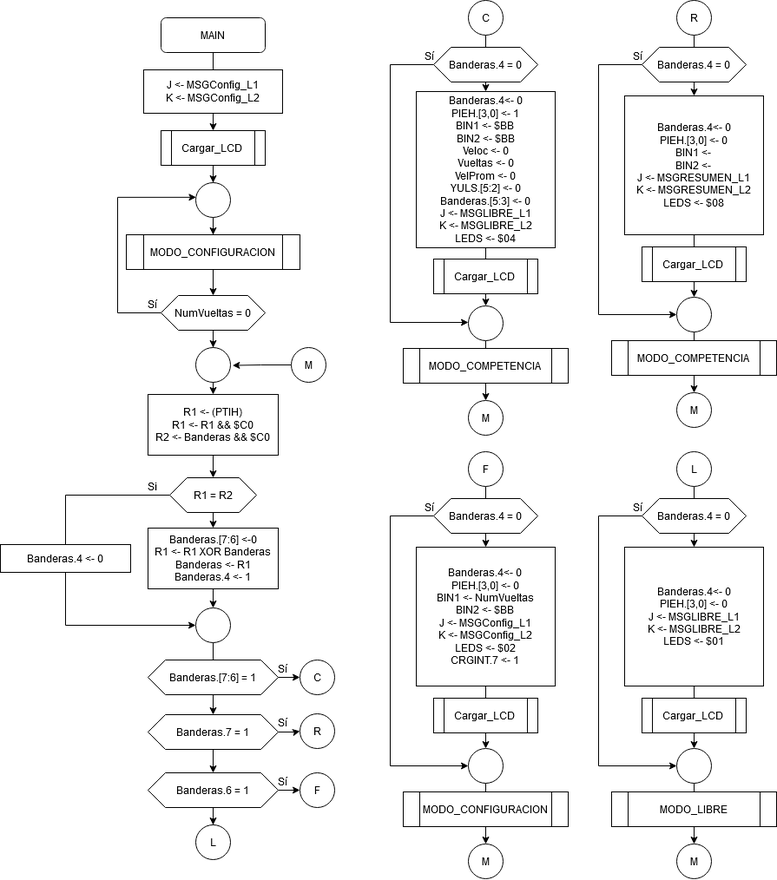
Above: PF/MAIN.png in robz25/Microprocesadores (draw.io), before the change. Source tidied: cells renumbered, new cells last; positions are measured from the earlier drawing's top-left corner, leaving out a move shared by most shapes.
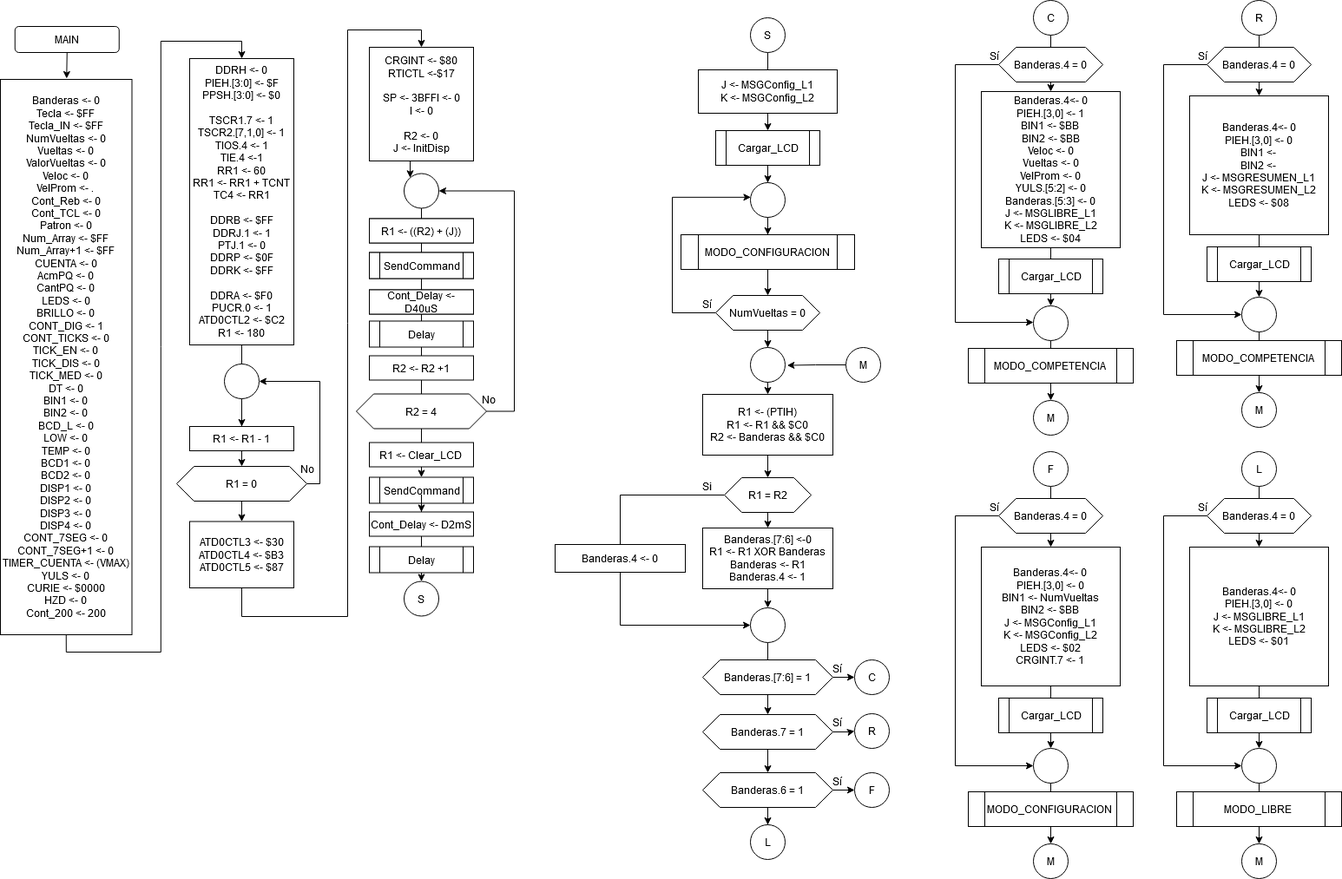
After the commit.

Change to the diagram source:
```diff
@@ -4,8 +4,7 @@
     <mxCell id="1" parent="0" />
-    <mxCell id="2" style="edgeStyle=orthogonalEdgeStyle;rounded=0;jettySize=auto;html=1;" parent="1" edge="1" source="3" target="12">
-      <mxGeometry relative="1" as="geometry" />
+    <mxCell id="2" style="edgeStyle=orthogonalEdgeStyle;rounded=0;jettySize=auto;html=1;" parent="1" edge="1" target="12">
+      <mxGeometry relative="1" as="geometry">
+        <mxPoint x="233" y="60" as="sourcePoint" />
+      </mxGeometry>
     </mxCell>
-    <mxCell id="3" value="MAIN" style="rounded=1;whiteSpace=wrap;html=1;fontSize=12;glass=0;strokeWidth=1;shadow=0;" parent="1" vertex="1">
-      <mxGeometry x="185" y="20" width="120" height="40" as="geometry" />
-    </mxCell>
     <mxCell id="4" style="edgeStyle=orthogonalEdgeStyle;rounded=0;jettySize=auto;html=1;" parent="1" edge="1" source="5" target="8">
@@ -34,3 +33,3 @@
     <mxCell id="10" value="&lt;div&gt;J &amp;lt;- MSGConfig_L1&lt;/div&gt;&lt;div&gt;K &amp;lt;- MSGConfig_L2&lt;/div&gt;" style="rounded=0;whiteSpace=wrap;html=1;" parent="1" vertex="1">
-      <mxGeometry x="165" y="80" width="160" height="50" as="geometry" />
+      <mxGeometry x="153" y="80" width="160" height="50" as="geometry" />
     </mxCell>
@@ -40,3 +39,3 @@
     <mxCell id="12" value="Cargar_LCD" style="shape=process;whiteSpace=wrap;html=1;backgroundOutline=1;" parent="1" vertex="1">
-      <mxGeometry x="185" y="150" width="120" height="40" as="geometry" />
+      <mxGeometry x="173" y="150" width="120" height="40" as="geometry" />
     </mxCell>
@@ -46,3 +45,3 @@
     <mxCell id="14" value="MODO_CONFIGURACION" style="shape=process;whiteSpace=wrap;html=1;backgroundOutline=1;" parent="1" vertex="1">
-      <mxGeometry x="145" y="270" width="200" height="40" as="geometry" />
+      <mxGeometry x="133" y="270" width="200" height="40" as="geometry" />
     </mxCell>
@@ -52,3 +51,3 @@
     <mxCell id="16" style="ellipse;whiteSpace=wrap;html=1;" parent="1" vertex="1">
-      <mxGeometry x="225" y="210" width="40" height="40" as="geometry" />
+      <mxGeometry x="213" y="210" width="40" height="40" as="geometry" />
     </mxCell>
@@ -57,4 +56,4 @@
         <Array as="points">
-          <mxPoint x="135" y="360" />
-          <mxPoint x="135" y="227" />
+          <mxPoint x="123" y="360" />
+          <mxPoint x="123" y="227" />
         </Array>
@@ -66,9 +65,9 @@
     <mxCell id="19" value="NumVueltas = 0" style="shape=hexagon;perimeter=hexagonPerimeter2;whiteSpace=wrap;html=1;fixedSize=1;" parent="1" vertex="1">
-      <mxGeometry x="185" y="340" width="120" height="40" as="geometry" />
+      <mxGeometry x="173" y="340" width="120" height="40" as="geometry" />
     </mxCell>
     <mxCell id="20" value="Sí" style="text;html=1;align=center;verticalAlign=middle;" parent="1" vertex="1">
-      <mxGeometry x="160" y="340" width="30" height="20" as="geometry" />
+      <mxGeometry x="148" y="340" width="30" height="20" as="geometry" />
     </mxCell>
     <mxCell id="21" style="ellipse;whiteSpace=wrap;html=1;" parent="1" vertex="1">
-      <mxGeometry x="225" y="400" width="40" height="40" as="geometry" />
+      <mxGeometry x="213" y="400" width="40" height="40" as="geometry" />
     </mxCell>
@@ -76,3 +75,3 @@
       <mxGeometry relative="1" as="geometry">
-        <mxPoint x="245" y="440" as="sourcePoint" />
+        <mxPoint x="233" y="440" as="sourcePoint" />
       </mxGeometry>
@@ -85,4 +84,4 @@
         <Array as="points">
-          <mxPoint x="75" y="570" />
-          <mxPoint x="75" y="720" />
+          <mxPoint x="63" y="570" />
+          <mxPoint x="63" y="720" />
         </Array>
@@ -91,3 +90,3 @@
     <mxCell id="25" value="R1 = R2" style="shape=hexagon;perimeter=hexagonPerimeter2;whiteSpace=wrap;html=1;fixedSize=1;" parent="1" vertex="1">
-      <mxGeometry x="195" y="550" width="100" height="40" as="geometry" />
+      <mxGeometry x="183" y="550" width="100" height="40" as="geometry" />
     </mxCell>
@@ -97,3 +96,3 @@
     <mxCell id="27" value="&lt;div&gt;R1 &amp;lt;- (PTIH)&lt;br&gt;&lt;/div&gt;&lt;div&gt;R1 &amp;lt;- R1 &amp;amp;&amp;amp; $C0&lt;/div&gt;R2 &amp;lt;- Banderas &amp;amp;&amp;amp; $C0" style="rounded=0;whiteSpace=wrap;html=1;" parent="1" vertex="1">
-      <mxGeometry x="170" y="454" width="150" height="70" as="geometry" />
+      <mxGeometry x="158" y="454" width="150" height="70" as="geometry" />
     </mxCell>
@@ -103,3 +102,3 @@
     <mxCell id="29" value="&lt;div&gt;Banderas.[7:6] &amp;lt;-0&lt;/div&gt;&lt;div&gt;R1 &amp;lt;- R1 XOR Banderas&lt;/div&gt;&lt;div&gt;Banderas &amp;lt;- R1&lt;/div&gt;&lt;div&gt;Banderas.4 &amp;lt;- 1&lt;br&gt;&lt;/div&gt;" style="rounded=0;whiteSpace=wrap;html=1;" parent="1" vertex="1">
-      <mxGeometry x="170" y="608" width="150" height="70" as="geometry" />
+      <mxGeometry x="158" y="608" width="150" height="70" as="geometry" />
     </mxCell>
@@ -109,9 +108,9 @@
     <mxCell id="31" style="ellipse;whiteSpace=wrap;html=1;" parent="1" vertex="1">
-      <mxGeometry x="225" y="700" width="40" height="40" as="geometry" />
+      <mxGeometry x="213" y="700" width="40" height="40" as="geometry" />
     </mxCell>
     <mxCell id="32" value="Si" style="text;html=1;align=center;verticalAlign=middle;" parent="1" vertex="1">
-      <mxGeometry x="160" y="550" width="30" height="20" as="geometry" />
+      <mxGeometry x="148" y="550" width="30" height="20" as="geometry" />
     </mxCell>
     <mxCell id="33" value="Banderas.4 &amp;lt;- 0" style="rounded=0;whiteSpace=wrap;html=1;" parent="1" vertex="1">
-      <mxGeometry y="627" width="150" height="32" as="geometry" />
+      <mxGeometry x="-12" y="627" width="150" height="32" as="geometry" />
     </mxCell>
@@ -121,3 +120,3 @@
     <mxCell id="35" value="Banderas.[7:6] = 1" style="shape=hexagon;perimeter=hexagonPerimeter2;whiteSpace=wrap;html=1;fixedSize=1;" parent="1" vertex="1">
-      <mxGeometry x="170" y="760" width="150" height="40" as="geometry" />
+      <mxGeometry x="158" y="760" width="150" height="40" as="geometry" />
     </mxCell>
@@ -130,9 +129,9 @@
     <mxCell id="38" value="Banderas.7 = 1" style="shape=hexagon;perimeter=hexagonPerimeter2;whiteSpace=wrap;html=1;fixedSize=1;" parent="1" vertex="1">
-      <mxGeometry x="170" y="823" width="150" height="40" as="geometry" />
+      <mxGeometry x="158" y="823" width="150" height="40" as="geometry" />
     </mxCell>
     <mxCell id="39" value="C" style="ellipse;whiteSpace=wrap;html=1;" parent="1" vertex="1">
-      <mxGeometry x="345" y="760" width="40" height="40" as="geometry" />
+      <mxGeometry x="333" y="760" width="40" height="40" as="geometry" />
     </mxCell>
     <mxCell id="40" value="R" style="ellipse;whiteSpace=wrap;html=1;" parent="1" vertex="1">
-      <mxGeometry x="345" y="822" width="40" height="40" as="geometry" />
+      <mxGeometry x="333" y="822" width="40" height="40" as="geometry" />
     </mxCell>
@@ -145,18 +144,18 @@
     <mxCell id="43" value="Banderas.6 = 1" style="shape=hexagon;perimeter=hexagonPerimeter2;whiteSpace=wrap;html=1;fixedSize=1;" parent="1" vertex="1">
-      <mxGeometry x="170" y="890" width="150" height="40" as="geometry" />
+      <mxGeometry x="158" y="890" width="150" height="40" as="geometry" />
     </mxCell>
     <mxCell id="44" value="F" style="ellipse;whiteSpace=wrap;html=1;" parent="1" vertex="1">
-      <mxGeometry x="345" y="890" width="40" height="40" as="geometry" />
+      <mxGeometry x="333" y="890" width="40" height="40" as="geometry" />
     </mxCell>
     <mxCell id="45" value="L" style="ellipse;whiteSpace=wrap;html=1;" parent="1" vertex="1">
-      <mxGeometry x="225" y="950" width="40" height="40" as="geometry" />
+      <mxGeometry x="213" y="950" width="40" height="40" as="geometry" />
     </mxCell>
     <mxCell id="46" value="Sí" style="text;html=1;align=center;verticalAlign=middle;" parent="1" vertex="1">
-      <mxGeometry x="310" y="890" width="30" height="20" as="geometry" />
+      <mxGeometry x="298" y="890" width="30" height="20" as="geometry" />
     </mxCell>
     <mxCell id="47" value="Sí" style="text;html=1;align=center;verticalAlign=middle;" parent="1" vertex="1">
-      <mxGeometry x="310" y="760" width="30" height="20" as="geometry" />
+      <mxGeometry x="298" y="760" width="30" height="20" as="geometry" />
     </mxCell>
     <mxCell id="48" value="Sí" style="text;html=1;align=center;verticalAlign=middle;" parent="1" vertex="1">
-      <mxGeometry x="310" y="822" width="30" height="20" as="geometry" />
+      <mxGeometry x="298" y="822" width="30" height="20" as="geometry" />
     </mxCell>
@@ -166,3 +165,3 @@
     <mxCell id="50" value="M" style="ellipse;whiteSpace=wrap;html=1;" parent="1" vertex="1">
-      <mxGeometry x="335" y="400" width="40" height="40" as="geometry" />
+      <mxGeometry x="323" y="400" width="40" height="40" as="geometry" />
     </mxCell>
@@ -309,2 +308,140 @@
     </mxCell>
+    <mxCell id="93" value="S" style="ellipse;whiteSpace=wrap;html=1;" parent="1" vertex="1">
+      <mxGeometry x="213" y="20" width="40" height="40" as="geometry" />
+    </mxCell>
+    <mxCell id="94" style="edgeStyle=orthogonalEdgeStyle;rounded=0;jettySize=auto;html=1;exitX=0.5;exitY=1;exitDx=0;exitDy=0;entryX=0.5;entryY=0;entryDx=0;entryDy=0;" parent="1" edge="1" source="3">
+      <mxGeometry relative="1" as="geometry">
+        <mxPoint x="-574.8" y="90" as="targetPoint" />
+      </mxGeometry>
+    </mxCell>
+    <mxCell id="3" value="MAIN" style="rounded=1;whiteSpace=wrap;html=1;" parent="1" vertex="1">
+      <mxGeometry x="-634.2" y="30" width="120" height="30" as="geometry" />
+    </mxCell>
+    <mxCell id="95" style="edgeStyle=orthogonalEdgeStyle;rounded=0;jettySize=auto;html=1;" parent="1" edge="1" source="120" target="96">
+      <mxGeometry relative="1" as="geometry" />
+    </mxCell>
+    <mxCell id="96" value="S" style="ellipse;whiteSpace=wrap;html=1;" parent="1" vertex="1">
+      <mxGeometry x="-186" y="669.5" width="40" height="40" as="geometry" />
+    </mxCell>
+    <mxCell id="97" style="edgeStyle=orthogonalEdgeStyle;rounded=0;jettySize=auto;html=1;" parent="1" edge="1" source="98" target="126">
+      <mxGeometry relative="1" as="geometry" />
+    </mxCell>
+    <mxCell id="98" value="&lt;div&gt;&lt;div&gt;DDRH &amp;lt;- 0&lt;/div&gt;&lt;div&gt;PIEH.[3:0] &amp;lt;- $F&lt;/div&gt;&lt;div&gt;PPSH.[3:0] &amp;lt;- $0&lt;/div&gt;&lt;div&gt;&lt;br&gt;&lt;/div&gt;&lt;div&gt;TSCR1.7 &amp;lt;- 1&lt;div&gt;TSCR2.[7,1,0] &amp;lt;- 1&lt;/div&gt;&lt;div&gt;TIOS.4 &amp;lt;- 1&lt;/div&gt;&lt;div&gt;TIE.4 &amp;lt;-1&lt;/div&gt;&lt;div&gt;RR1 &amp;lt;- 60&lt;/div&gt;&lt;div&gt;RR1 &amp;lt;- RR1 + TCNT&lt;/div&gt;&lt;div&gt;TC4 &amp;lt;- RR1&lt;/div&gt;&lt;div&gt;&lt;br&gt;&lt;/div&gt;&lt;/div&gt;&lt;/div&gt;&lt;div&gt;&lt;div&gt;DDRB &amp;lt;- $FF&lt;/div&gt;&lt;div&gt;DDRJ.1 &amp;lt;- 1&lt;/div&gt;&lt;div&gt;PTJ.1 &amp;lt;- 0&lt;/div&gt;&lt;div&gt;DDRP &amp;lt;- $0F&lt;/div&gt;&lt;/div&gt;&lt;div&gt;DDRK &amp;lt;- $FF&lt;/div&gt;&lt;br&gt;&lt;div&gt;DDRA &amp;lt;- $F0&lt;/div&gt;&lt;div&gt;PUCR.0 &amp;lt;- 1&lt;/div&gt;&lt;div&gt;ATD0CTL2 &amp;lt;- $C2&lt;/div&gt;&lt;div&gt;R1 &amp;lt;- 180&lt;br&gt;&lt;/div&gt;" style="rounded=0;whiteSpace=wrap;html=1;" parent="1" vertex="1">
+      <mxGeometry x="-433" y="67" width="120" height="330" as="geometry" />
+    </mxCell>
+    <mxCell id="99" style="edgeStyle=orthogonalEdgeStyle;rounded=0;jettySize=auto;html=1;exitX=0.5;exitY=1;exitDx=0;exitDy=0;entryX=0.5;entryY=0;entryDx=0;entryDy=0;" parent="1" edge="1" source="100" target="98">
+      <mxGeometry relative="1" as="geometry" />
+    </mxCell>
+    <mxCell id="100" value="&lt;div&gt;Banderas &amp;lt;- 0&lt;/div&gt;&lt;div&gt;Tecla &amp;lt;- $FF&lt;/div&gt;&lt;div&gt;Tecla_IN &amp;lt;- $FF&lt;/div&gt;&lt;div&gt;NumVueltas &amp;lt;- 0&lt;/div&gt;&lt;div&gt;Vueltas &amp;lt;- 0&lt;/div&gt;&lt;div&gt;ValorVueltas &amp;lt;- 0&lt;/div&gt;&lt;div&gt;Veloc &amp;lt;- 0&lt;/div&gt;&lt;div&gt;VelProm &amp;lt;- .&lt;br&gt;&lt;/div&gt;&lt;div&gt;Cont_Reb &amp;lt;- 0&lt;/div&gt;&lt;div&gt;Cont_TCL &amp;lt;- 0&lt;/div&gt;&lt;div&gt;Patron &amp;lt;- 0&lt;/div&gt;&lt;div&gt;Num_Array &amp;lt;- $FF&lt;/div&gt;&lt;div&gt;Num_Array+1 &amp;lt;- $FF&lt;/div&gt;&lt;div&gt;CUENTA &amp;lt;- 0&lt;/div&gt;&lt;div&gt;AcmPQ &amp;lt;- 0&lt;/div&gt;&lt;div&gt;CantPQ &amp;lt;- 0&lt;/div&gt;&lt;div&gt;LEDS &amp;lt;- 0&lt;/div&gt;&lt;div&gt;BRILLO &amp;lt;- 0&lt;/div&gt;&lt;div&gt;CONT_DIG &amp;lt;- 1&lt;/div&gt;&lt;div&gt;CONT_TICKS &amp;lt;- 0&lt;/div&gt;&lt;div&gt;TICK_EN &amp;lt;- 0&lt;/div&gt;&lt;div&gt;TICK_DIS &amp;lt;- 0&lt;/div&gt;&lt;div&gt;TICK_MED &amp;lt;- 0&lt;/div&gt;DT &amp;lt;- 0&lt;div&gt;BIN1 &amp;lt;- 0&lt;/div&gt;&lt;div&gt;BIN2 &amp;lt;- 0&lt;/div&gt;&lt;div&gt;BCD_L &amp;lt;- 0&lt;/div&gt;&lt;div&gt;LOW &amp;lt;- 0&lt;/div&gt;&lt;div&gt;TEMP &amp;lt;- 0&lt;/div&gt;&lt;div&gt;BCD1 &amp;lt;- 0&lt;/div&gt;&lt;div&gt;BCD2 &amp;lt;- 0&lt;/div&gt;&lt;div&gt;DISP1 &amp;lt;- 0&lt;/div&gt;&lt;div&gt;DISP2 &amp;lt;- 0&lt;/div&gt;&lt;div&gt;DISP3 &amp;lt;- 0&lt;/div&gt;&lt;div&gt;DISP4 &amp;lt;- 0&lt;/div&gt;&lt;div&gt;CONT_7SEG &amp;lt;- 0&lt;/div&gt;&lt;div&gt;CONT_7SEG+1 &amp;lt;- 0&lt;/div&gt;&lt;div&gt;TIMER_CUENTA &amp;lt;- (VMAX)&lt;/div&gt;&lt;div&gt;YULS &amp;lt;- 0&lt;/div&gt;&lt;div&gt;CURIE &amp;lt;- $0000&lt;/div&gt;&lt;div&gt;HZD &amp;lt;- 0&lt;/div&gt;&lt;div&gt;Cont_200 &amp;lt;- 200&lt;/div&gt;" style="rounded=0;whiteSpace=wrap;html=1;" parent="1" vertex="1">
+      <mxGeometry x="-651" y="91" width="151.5" height="640" as="geometry" />
+    </mxCell>
+    <mxCell id="101" style="ellipse;whiteSpace=wrap;html=1;" parent="1" vertex="1">
+      <mxGeometry x="-186" y="199.5" width="40" height="40" as="geometry" />
+    </mxCell>
+    <mxCell id="102" style="edgeStyle=orthogonalEdgeStyle;rounded=0;jettySize=auto;html=1;" parent="1" edge="1" target="101">
+      <mxGeometry relative="1" as="geometry">
+        <mxPoint x="-166" y="79.5" as="sourcePoint" />
+        <Array as="points">
+          <mxPoint x="-179" y="79.5" />
+        </Array>
+      </mxGeometry>
+    </mxCell>
+    <mxCell id="103" value="CRGINT &amp;lt;- $80&lt;div&gt;RTICTL &amp;lt;-$17&lt;/div&gt;&lt;div&gt;&lt;br&gt;&lt;/div&gt;&lt;div&gt;SP &amp;lt;- 3BFFI &amp;lt;- 0&lt;/div&gt;&lt;div&gt;I &amp;lt;- 0&lt;/div&gt;&lt;div&gt;&lt;br&gt;&lt;/div&gt;&lt;div&gt;R2 &amp;lt;- 0&lt;/div&gt;&lt;div&gt;J &amp;lt;- InitDisp&lt;/div&gt;" style="rounded=0;whiteSpace=wrap;html=1;" parent="1" vertex="1">
+      <mxGeometry x="-226" y="54" width="120" height="131" as="geometry" />
+    </mxCell>
+    <mxCell id="104" value="&lt;div&gt;R1 &amp;lt;- ((R2) + (J))&lt;/div&gt;" style="rounded=0;whiteSpace=wrap;html=1;" parent="1" vertex="1">
+      <mxGeometry x="-226" y="251.5" width="120" height="28" as="geometry" />
+    </mxCell>
+    <mxCell id="105" value="SendCommand" style="shape=process;whiteSpace=wrap;html=1;backgroundOutline=1;" parent="1" vertex="1">
+      <mxGeometry x="-226" y="290.5" width="120" height="30" as="geometry" />
+    </mxCell>
+    <mxCell id="106" value="Cont_Delay &amp;lt;- D40uS" style="rounded=0;whiteSpace=wrap;html=1;" parent="1" vertex="1">
+      <mxGeometry x="-226" y="333.5" width="120" height="28" as="geometry" />
+    </mxCell>
+    <mxCell id="107" style="edgeStyle=orthogonalEdgeStyle;rounded=0;jettySize=auto;html=1;entryX=1;entryY=0.5;entryDx=0;entryDy=0;" parent="1" edge="1" source="114" target="101">
+      <mxGeometry relative="1" as="geometry">
+        <Array as="points">
+          <mxPoint x="-59" y="473.5" />
+          <mxPoint x="-59" y="219.5" />
+        </Array>
+      </mxGeometry>
+    </mxCell>
+    <mxCell id="108" value="No" style="text;html=1;align=center;verticalAlign=middle;" parent="1" vertex="1">
+      <mxGeometry x="-104" y="449.5" width="30" height="20" as="geometry" />
+    </mxCell>
+    <mxCell id="109" value="SendCommand" style="shape=process;whiteSpace=wrap;html=1;backgroundOutline=1;" parent="1" vertex="1">
+      <mxGeometry x="-226" y="549.5" width="120" height="30" as="geometry" />
+    </mxCell>
+    <mxCell id="110" style="edgeStyle=orthogonalEdgeStyle;rounded=0;jettySize=auto;html=1;" parent="1" edge="1" source="101" target="109">
+      <mxGeometry relative="1" as="geometry" />
+    </mxCell>
+    <mxCell id="111" style="edgeStyle=orthogonalEdgeStyle;rounded=0;jettySize=auto;html=1;" parent="1" edge="1" source="109" target="120">
+      <mxGeometry relative="1" as="geometry" />
+    </mxCell>
+    <mxCell id="112" value="Delay" style="shape=process;whiteSpace=wrap;html=1;backgroundOutline=1;" parent="1" vertex="1">
+      <mxGeometry x="-226" y="629.5" width="120" height="30" as="geometry" />
+    </mxCell>
+    <mxCell id="113" value="R2 &amp;lt;- R2 +1" style="rounded=0;whiteSpace=wrap;html=1;" parent="1" vertex="1">
+      <mxGeometry x="-226" y="409.5" width="120" height="28" as="geometry" />
+    </mxCell>
+    <mxCell id="114" value="R2 = 4" style="shape=hexagon;perimeter=hexagonPerimeter2;whiteSpace=wrap;html=1;fixedSize=1;" parent="1" vertex="1">
+      <mxGeometry x="-241" y="453.5" width="150" height="40" as="geometry" />
+    </mxCell>
+    <mxCell id="115" value="&lt;div&gt;R1 &amp;lt;- ((R2) + (J))&lt;/div&gt;" style="rounded=0;whiteSpace=wrap;html=1;" parent="1" vertex="1">
+      <mxGeometry x="-226" y="251.5" width="120" height="28" as="geometry" />
+    </mxCell>
+    <mxCell id="116" value="SendCommand" style="shape=process;whiteSpace=wrap;html=1;backgroundOutline=1;" parent="1" vertex="1">
+      <mxGeometry x="-226" y="290.5" width="120" height="30" as="geometry" />
+    </mxCell>
+    <mxCell id="117" value="Cont_Delay &amp;lt;- D40uS" style="rounded=0;whiteSpace=wrap;html=1;" parent="1" vertex="1">
+      <mxGeometry x="-226" y="333.5" width="120" height="28" as="geometry" />
+    </mxCell>
+    <mxCell id="118" value="Delay" style="shape=process;whiteSpace=wrap;html=1;backgroundOutline=1;" parent="1" vertex="1">
+      <mxGeometry x="-226" y="369.5" width="120" height="30" as="geometry" />
+    </mxCell>
+    <mxCell id="119" value="&lt;div&gt;R1 &amp;lt;- Clear_LCD&lt;br&gt;&lt;/div&gt;" style="rounded=0;whiteSpace=wrap;html=1;" parent="1" vertex="1">
+      <mxGeometry x="-226" y="509.5" width="120" height="28" as="geometry" />
+    </mxCell>
+    <mxCell id="120" value="Cont_Delay &amp;lt;- D2mS" style="rounded=0;whiteSpace=wrap;html=1;" parent="1" vertex="1">
+      <mxGeometry x="-226" y="589.5" width="120" height="28" as="geometry" />
+    </mxCell>
+    <mxCell id="121" style="edgeStyle=orthogonalEdgeStyle;rounded=0;jettySize=auto;html=1;" parent="1" edge="1" source="122" target="125">
+      <mxGeometry relative="1" as="geometry" />
+    </mxCell>
+    <mxCell id="122" style="ellipse;whiteSpace=wrap;html=1;" parent="1" vertex="1">
+      <mxGeometry x="-393" y="419" width="40" height="40" as="geometry" />
+    </mxCell>
+    <mxCell id="123" style="edgeStyle=orthogonalEdgeStyle;rounded=0;jettySize=auto;html=1;entryX=1;entryY=0.5;entryDx=0;entryDy=0;" parent="1" edge="1" source="125" target="122">
+      <mxGeometry relative="1" as="geometry">
+        <Array as="points">
+          <mxPoint x="-283" y="557" />
+          <mxPoint x="-283" y="439" />
+        </Array>
+      </mxGeometry>
+    </mxCell>
+    <mxCell id="124" style="edgeStyle=orthogonalEdgeStyle;rounded=0;jettySize=auto;html=1;" parent="1" edge="1" source="125" target="129">
+      <mxGeometry relative="1" as="geometry" />
+    </mxCell>
+    <mxCell id="125" value="R1 = 0" style="shape=hexagon;perimeter=hexagonPerimeter2;whiteSpace=wrap;html=1;fixedSize=1;" parent="1" vertex="1">
+      <mxGeometry x="-448" y="537" width="150" height="40" as="geometry" />
+    </mxCell>
+    <mxCell id="126" value="&lt;div&gt;R1 &amp;lt;- R1 - 1&lt;br&gt;&lt;/div&gt;" style="rounded=0;whiteSpace=wrap;html=1;" parent="1" vertex="1">
+      <mxGeometry x="-433" y="491" width="120" height="28" as="geometry" />
+    </mxCell>
+    <mxCell id="127" value="No" style="text;html=1;align=center;verticalAlign=middle;" parent="1" vertex="1">
+      <mxGeometry x="-313" y="530" width="30" height="20" as="geometry" />
+    </mxCell>
+    <mxCell id="128" style="edgeStyle=orthogonalEdgeStyle;rounded=0;jettySize=auto;html=1;entryX=0.5;entryY=0;entryDx=0;entryDy=0;" parent="1" edge="1" source="129" target="103">
+      <mxGeometry relative="1" as="geometry">
+        <Array as="points">
+          <mxPoint x="-373" y="710" />
+          <mxPoint x="-251" y="710" />
+          <mxPoint x="-251" y="34" />
+          <mxPoint x="-166" y="34" />
+        </Array>
+      </mxGeometry>
+    </mxCell>
+    <mxCell id="129" value="&lt;div&gt;ATD0CTL3 &amp;lt;- $30&lt;/div&gt;&lt;div&gt;ATD0CTL4 &amp;lt;- $B3&lt;/div&gt;&lt;div&gt;ATD0CTL5 &amp;lt;- $87&lt;/div&gt;" style="rounded=0;whiteSpace=wrap;html=1;" parent="1" vertex="1">
+      <mxGeometry x="-433" y="600.5" width="120" height="76.5" as="geometry" />
+    </mxCell>
   </root>
```
